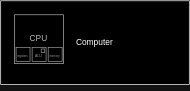
This is demo/test.svg from bfors/svg-pan-zoom, a draw.io export, as it was before one commit. Source tidied: cells renumbered, new cells last; positions are measured from the earlier drawing's top-left corner, leaving out a move shared by most shapes.
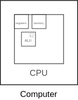
After the change.

What changed in the source:
```diff
@@ -2,26 +2,35 @@
   <root>
     <mxCell id="0" />
     <mxCell id="1" parent="0" />
-    <mxCell id="2" value="Computer" style="whiteSpace=wrap;html=1;" parent="1" vertex="1">
-      <mxGeometry width="270" height="120" as="geometry" />
+    <mxCell id="2" value="Computer" style="whiteSpace=wrap;html=1;labelPosition=center;verticalLabelPosition=bottom;align=center;verticalAlign=top;" parent="1" vertex="1">
+      <mxGeometry width="110" height="120" as="geometry" />
     </mxCell>
-    <mxCell id="3" value="&lt;div align=&quot;center&quot;&gt;CPU&lt;br&gt;&lt;/div&gt;" style="whiteSpace=wrap;html=1;align=center;textOpacity=70;opacity=70;" parent="1" vertex="1">
+    <mxCell id="3" value="&lt;div align=&quot;center&quot;&gt;CPU&lt;br&gt;&lt;/div&gt;" style="whiteSpace=wrap;html=1;align=center;textOpacity=70;opacity=70;labelPosition=center;verticalLabelPosition=bottom;verticalAlign=top;" parent="1" vertex="1">
       <mxGeometry x="20" y="20" width="70" height="70" as="geometry" />
     </mxCell>
     <mxCell id="4" value="&lt;font style=&quot;font-size: 4px;&quot;&gt;registers&lt;/font&gt;" style="whiteSpace=wrap;html=1;textOpacity=60;opacity=60;" parent="1" vertex="1">
-      <mxGeometry x="22" y="67" width="20" height="20" as="geometry" />
+      <mxGeometry x="20" y="20" width="20" height="20" as="geometry" />
     </mxCell>
     <mxCell id="5" value="&lt;font style=&quot;font-size: 5px;&quot;&gt;ALU&lt;/font&gt;" style="whiteSpace=wrap;html=1;textOpacity=60;opacity=60;" parent="1" vertex="1">
-      <mxGeometry x="45" y="67" width="20" height="20" as="geometry" />
+      <mxGeometry x="30" y="45" width="20" height="20" as="geometry" />
     </mxCell>
     <mxCell id="6" value="&lt;font style=&quot;font-size: 4px;&quot;&gt;memory&lt;/font&gt;" style="whiteSpace=wrap;html=1;textOpacity=60;opacity=60;" parent="1" vertex="1">
-      <mxGeometry x="68" y="67" width="20" height="20" as="geometry" />
+      <mxGeometry x="45" y="20" width="20" height="20" as="geometry" />
     </mxCell>
-    <mxCell id="7" style="whiteSpace=wrap;html=1;textOpacity=60;opacity=60;" parent="1" vertex="1">
-      <mxGeometry x="58" y="69" width="5" height="5" as="geometry" />
+    <mxCell id="7" style="whiteSpace=wrap;html=1;textOpacity=60;opacity=50;fillColor=default;strokeWidth=0.3;" parent="1" vertex="1">
+      <mxGeometry x="42" y="47" width="5" height="5" as="geometry" />
     </mxCell>
     <mxCell id="8" style="edgeStyle=orthogonalEdgeStyle;rounded=0;orthogonalLoop=1;jettySize=auto;html=1;exitX=0.5;exitY=1;exitDx=0;exitDy=0;" parent="1" edge="1" source="2" target="2">
       <mxGeometry relative="1" as="geometry" />
     </mxCell>
+    <mxCell id="9" style="whiteSpace=wrap;html=1;textOpacity=60;opacity=50;fillColor=default;strokeWidth=0.1;" parent="1" vertex="1">
+      <mxGeometry x="42.5" y="50" width="1" height="1" as="geometry" />
+    </mxCell>
+    <mxCell id="10" style="whiteSpace=wrap;html=1;textOpacity=60;opacity=50;fillColor=default;strokeWidth=0.1;" parent="1" vertex="1">
+      <mxGeometry x="45" y="50" width="1" height="1" as="geometry" />
+    </mxCell>
+    <mxCell id="11" style="edgeStyle=orthogonalEdgeStyle;rounded=0;orthogonalLoop=1;jettySize=auto;html=1;exitX=1;exitY=0.5;exitDx=0;exitDy=0;entryX=2.675;entryY=0.509;entryDx=0;entryDy=0;entryPerimeter=0;strokeWidth=0.1;endSize=0;startSize=0;opacity=50;" parent="1" edge="1" source="9" target="9">
+      <mxGeometry relative="1" as="geometry" />
+    </mxCell>
   </root>
 </mxGraphModel>
```
